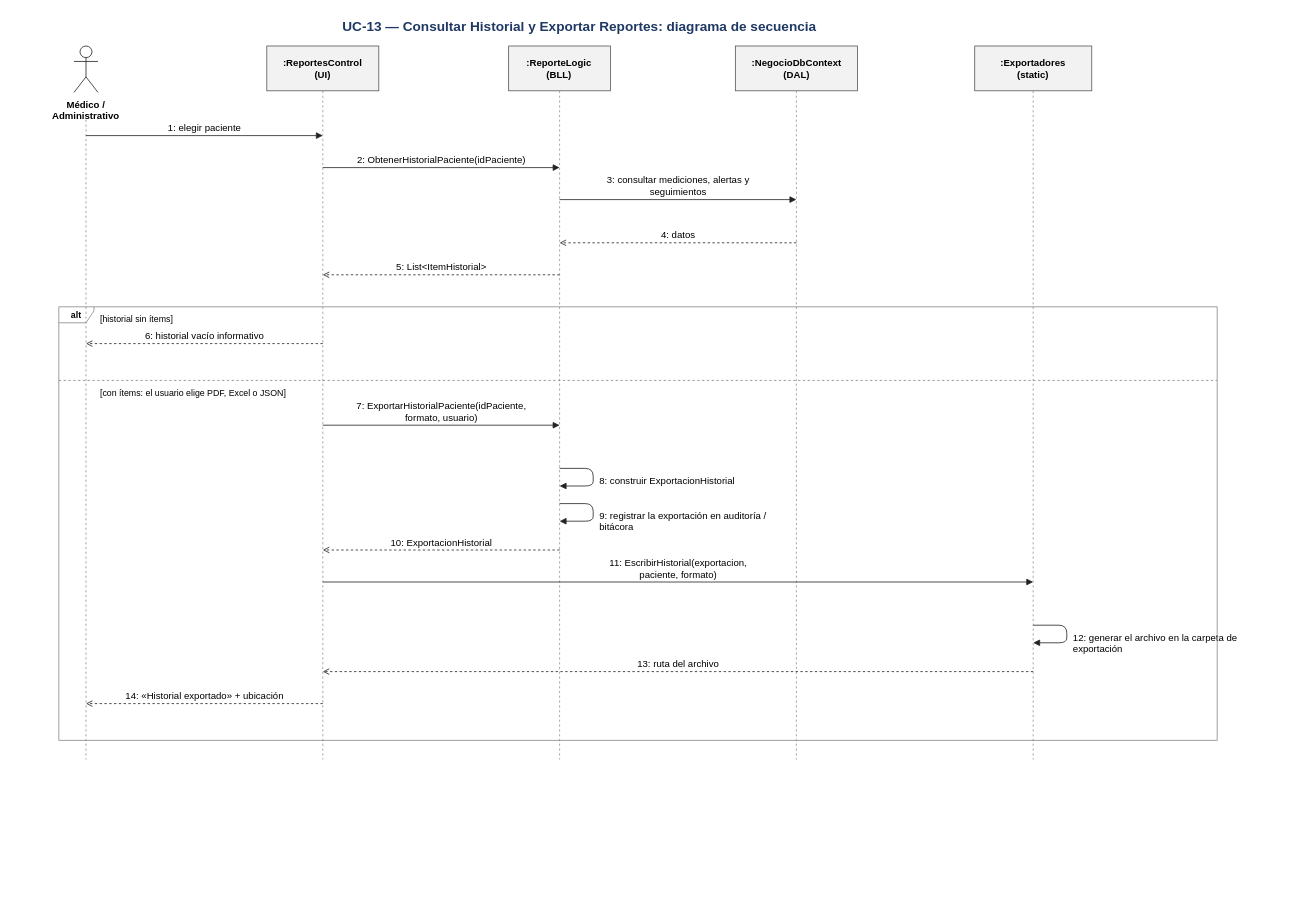
Earlier version of the draw.io diagram Diagramas/UC-13/UC-13 - Secuencia.drawio (DanteSchlogl/OpenRIN-corregido). Source tidied: cells renumbered, new cells numbered last; positions are measured from the earlier drawing's top-left corner, leaving out a move shared by most shapes. Both pictures are drawn from the tidied source at 80%, with x=0, y=0 at pixel (14, 14).
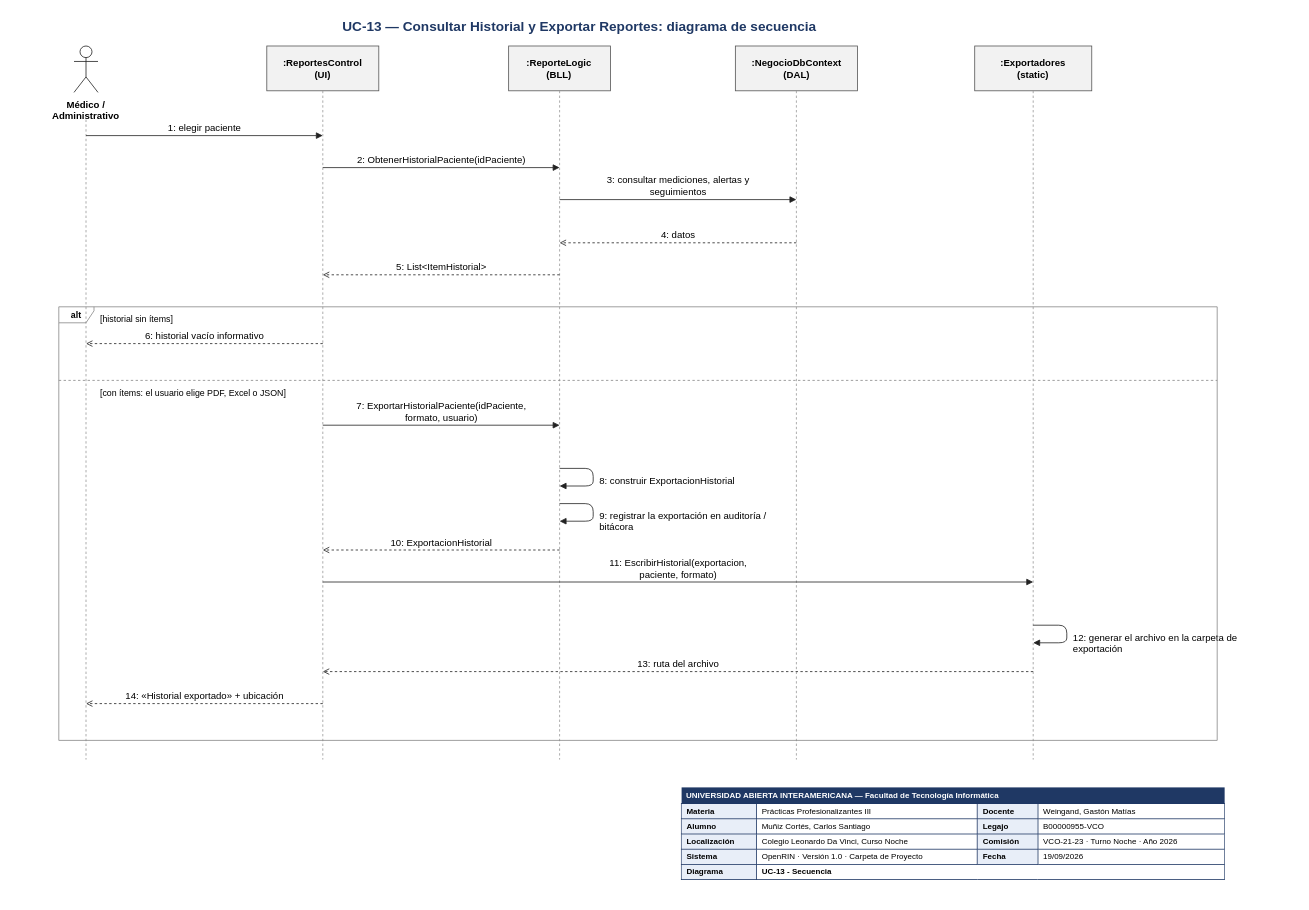
The same diagram, later.

Diff of the diagram source:
```diff
@@
+    <mxCell id="35" value="&lt;table style=&quot;border-collapse:collapse;font-family:Arial;font-size:10px;width:680px;table-layout:auto;&quot;&gt;&lt;tr&gt;&lt;td colspan=&quot;4&quot; style=&quot;background:#1F3864;color:#FFFFFF;font-weight:bold;padding:4px 6px;&quot;&gt;UNIVERSIDAD ABIERTA INTERAMERICANA — Facultad de Tecnología Informática&lt;/td&gt;&lt;/tr&gt;&lt;tr&gt;&lt;td style=&quot;border:1px solid #1F3864;padding:3px 6px;font-weight:bold;background:#E8EEF8;white-space:nowrap;&quot;&gt;Materia&lt;/td&gt;&lt;td style=&quot;border:1px solid #1F3864;padding:3px 6px;&quot;&gt;Prácticas Profesionalizantes III&lt;/td&gt;&lt;td style=&quot;border:1px solid #1F3864;padding:3px 6px;font-weight:bold;background:#E8EEF8;white-space:nowrap;&quot;&gt;Docente&lt;/td&gt;&lt;td style=&quot;border:1px solid #1F3864;padding:3px 6px;&quot;&gt;Weingand, Gastón Matías&lt;/td&gt;&lt;/tr&gt;&lt;tr&gt;&lt;td style=&quot;border:1px solid #1F3864;padding:3px 6px;font-weight:bold;background:#E8EEF8;white-space:nowrap;&quot;&gt;Alumno&lt;/td&gt;&lt;td style=&quot;border:1px solid #1F3864;padding:3px 6px;&quot;&gt;Muñiz Cortés, Carlos Santiago&lt;/td&gt;&lt;td style=&quot;border:1px solid #1F3864;padding:3px 6px;font-weight:bold;background:#E8EEF8;white-space:nowrap;&quot;&gt;Legajo&lt;/td&gt;&lt;td style=&quot;border:1px solid #1F3864;padding:3px 6px;&quot;&gt;B00000955-VCO&lt;/td&gt;&lt;/tr&gt;&lt;tr&gt;&lt;td style=&quot;border:1px solid #1F3864;padding:3px 6px;font-weight:bold;background:#E8EEF8;white-space:nowrap;&quot;&gt;Localización&lt;/td&gt;&lt;td style=&quot;border:1px solid #1F3864;padding:3px 6px;&quot;&gt;Colegio Leonardo Da Vinci, Curso Noche&lt;/td&gt;&lt;td style=&quot;border:1px solid #1F3864;padding:3px 6px;font-weight:bold;background:#E8EEF8;white-space:nowrap;&quot;&gt;Comisión&lt;/td&gt;&lt;td style=&quot;border:1px solid #1F3864;padding:3px 6px;&quot;&gt;VCO-21-23 · Turno Noche · Año 2026&lt;/td&gt;&lt;/tr&gt;&lt;tr&gt;&lt;td style=&quot;border:1px solid #1F3864;padding:3px 6px;font-weight:bold;background:#E8EEF8;white-space:nowrap;&quot;&gt;Sistema&lt;/td&gt;&lt;td style=&quot;border:1px solid #1F3864;padding:3px 6px;&quot;&gt;OpenRIN · Versión 1.0 · Carpeta de Proyecto&lt;/td&gt;&lt;td style=&quot;border:1px solid #1F3864;padding:3px 6px;font-weight:bold;background:#E8EEF8;white-space:nowrap;&quot;&gt;Fecha&lt;/td&gt;&lt;td style=&quot;border:1px solid #1F3864;padding:3px 6px;&quot;&gt;19/09/2026&lt;/td&gt;&lt;/tr&gt;&lt;tr&gt;&lt;td style=&quot;border:1px solid #1F3864;padding:3px 6px;font-weight:bold;background:#E8EEF8;white-space:nowrap;&quot;&gt;Diagrama&lt;/td&gt;&lt;td colspan=&quot;3&quot; style=&quot;border:1px solid #1F3864;padding:3px 6px;font-weight:bold;&quot;&gt;UC-13 - Secuencia&lt;/td&gt;&lt;/tr&gt;&lt;/table&gt;" style="html=1;whiteSpace=wrap;overflow=hidden;align=left;verticalAlign=top;fillColor=#FFFFFF;strokeColor=none;spacing=0;" parent="1" vertex="1">
+      <mxGeometry x="834" y="962" width="680" height="136" as="geometry" />
+    </mxCell>
```
